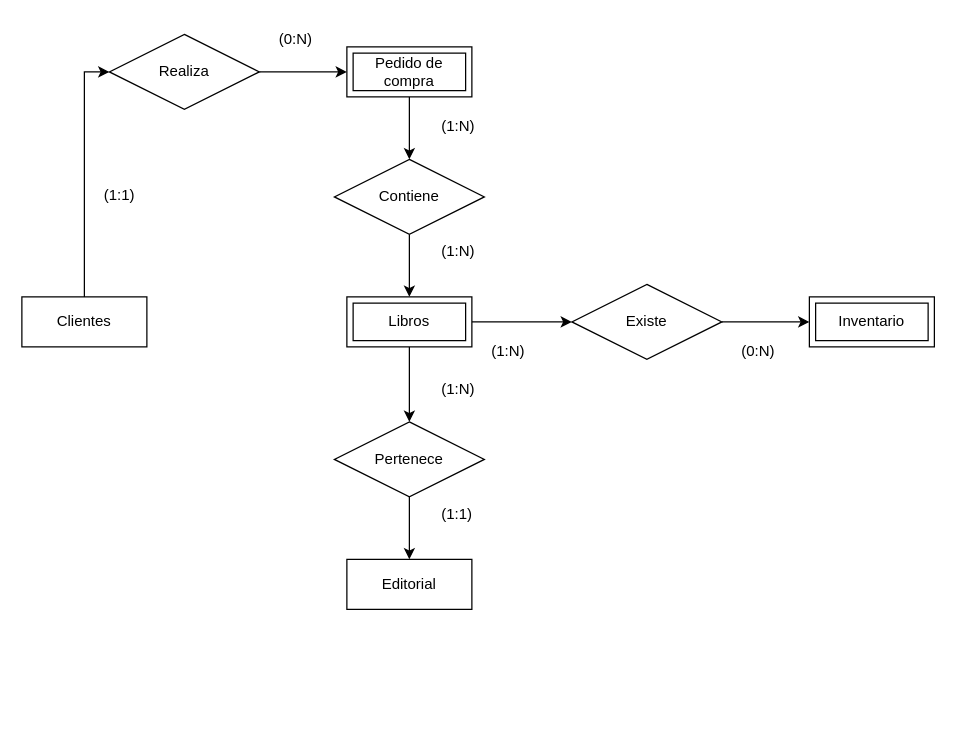
Before: modelo.drawio in LuisEnriquePH/Modelado-base-de-datos, a draw.io diagram. Source tidied: cells renumbered, new cells numbered last; positions are measured from the earlier drawing's top-left corner, leaving out a move shared by most shapes. Both pictures are drawn from the tidied source at 125%, with x=0, y=0 at pixel (21, 21).
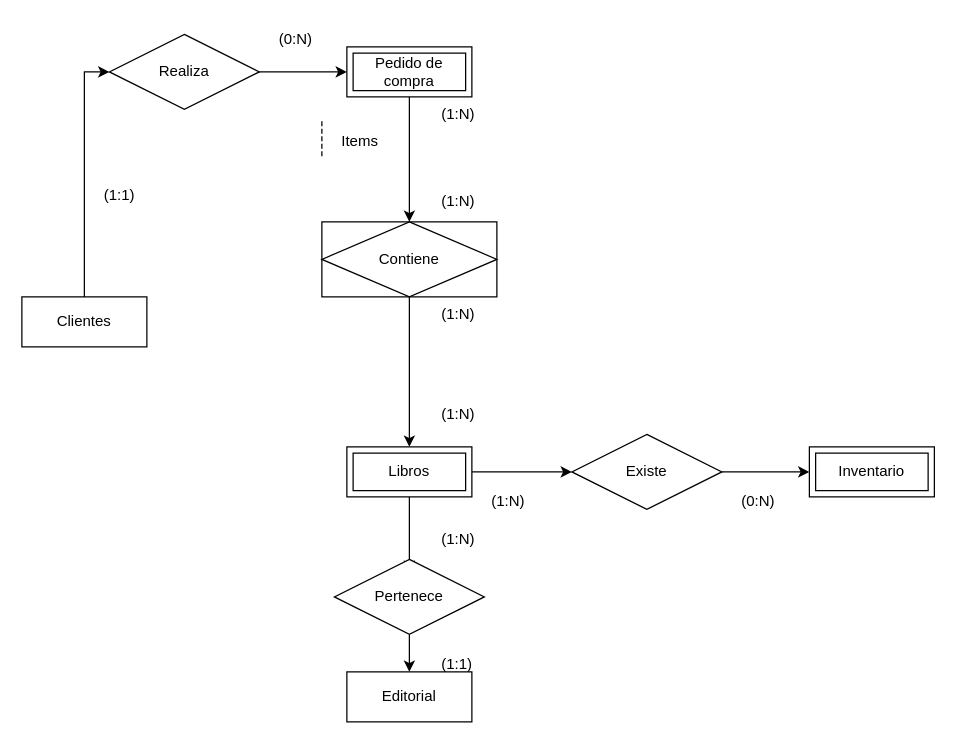
After the change.

Change to the diagram source:
```diff
@@
     <mxCell id="3" value="Editorial" style="whiteSpace=wrap;html=1;align=center;" parent="1" vertex="1">
-      <mxGeometry x="260" y="430" width="100" height="40" as="geometry" />
+      <mxGeometry x="260" y="520" width="100" height="40" as="geometry" />
     </mxCell>
     <mxCell id="4" value="Inventario" style="shape=ext;margin=3;double=1;whiteSpace=wrap;html=1;align=center;" parent="1" vertex="1">
-      <mxGeometry x="630" y="220" width="100" height="40" as="geometry" />
+      <mxGeometry x="630" y="340" width="100" height="40" as="geometry" />
     </mxCell>
-    <mxCell id="5" style="edgeStyle=orthogonalEdgeStyle;rounded=0;jettySize=auto;html=1;exitX=0.5;exitY=1;exitDx=0;exitDy=0;entryX=0.5;entryY=0;entryDx=0;entryDy=0;" parent="1" edge="1" source="7" target="20">
-      <mxGeometry relative="1" as="geometry" />
+    <mxCell id="5" style="edgeStyle=orthogonalEdgeStyle;rounded=0;jettySize=auto;html=1;exitX=0.5;exitY=1;exitDx=0;exitDy=0;entryX=0.5;entryY=0;entryDx=0;entryDy=0;" parent="1" edge="1" source="7">
+      <mxGeometry relative="1" as="geometry">
+        <mxPoint x="310" y="440" as="targetPoint" />
+      </mxGeometry>
     </mxCell>
@@
     <mxCell id="7" value="Libros" style="shape=ext;margin=3;double=1;whiteSpace=wrap;html=1;align=center;" parent="1" vertex="1">
-      <mxGeometry x="260" y="220" width="100" height="40" as="geometry" />
+      <mxGeometry x="260" y="340" width="100" height="40" as="geometry" />
     </mxCell>
@@
-    <mxCell id="16" value="Contiene" style="shape=rhombus;perimeter=rhombusPerimeter;whiteSpace=wrap;html=1;align=center;" parent="1" vertex="1">
-      <mxGeometry x="250" y="110" width="120" height="60" as="geometry" />
-    </mxCell>
     <mxCell id="17" value="(1:N)" style="text;strokeColor=none;fillColor=none;spacingLeft=4;spacingRight=4;overflow=hidden;fontSize=12;whiteSpace=wrap;html=1;" parent="1" vertex="1">
-      <mxGeometry x="330" y="70" width="40" height="30" as="geometry" />
+      <mxGeometry x="330" y="60" width="40" height="30" as="geometry" />
     </mxCell>
     <mxCell id="18" value="(1:N)" style="text;strokeColor=none;fillColor=none;spacingLeft=4;spacingRight=4;overflow=hidden;fontSize=12;whiteSpace=wrap;html=1;" parent="1" vertex="1">
-      <mxGeometry x="330" y="170" width="40" height="30" as="geometry" />
+      <mxGeometry x="330" y="220" width="40" height="30" as="geometry" />
     </mxCell>
-    <mxCell id="19" style="edgeStyle=orthogonalEdgeStyle;rounded=0;jettySize=auto;html=1;exitX=0.5;exitY=1;exitDx=0;exitDy=0;entryX=0.5;entryY=0;entryDx=0;entryDy=0;" parent="1" edge="1" source="20" target="3">
+    <mxCell id="19" style="edgeStyle=orthogonalEdgeStyle;rounded=0;jettySize=auto;html=1;entryX=0.5;entryY=0;entryDx=0;entryDy=0;exitX=0.5;exitY=1;exitDx=0;exitDy=0;" parent="1" edge="1" source="20" target="3">
       <mxGeometry relative="1" as="geometry" />
     </mxCell>
     <mxCell id="20" value="Pertenece" style="shape=rhombus;perimeter=rhombusPerimeter;whiteSpace=wrap;html=1;align=center;" parent="1" vertex="1">
-      <mxGeometry x="250" y="320" width="120" height="60" as="geometry" />
+      <mxGeometry x="250" y="430" width="120" height="60" as="geometry" />
     </mxCell>
     <mxCell id="21" value="(1:N)" style="text;strokeColor=none;fillColor=none;spacingLeft=4;spacingRight=4;overflow=hidden;fontSize=12;whiteSpace=wrap;html=1;" parent="1" vertex="1">
-      <mxGeometry x="330" y="280" width="40" height="30" as="geometry" />
+      <mxGeometry x="330" y="400" width="40" height="30" as="geometry" />
     </mxCell>
     <mxCell id="22" value="(1:1)" style="text;strokeColor=none;fillColor=none;spacingLeft=4;spacingRight=4;overflow=hidden;fontSize=12;whiteSpace=wrap;html=1;" parent="1" vertex="1">
-      <mxGeometry x="330" y="380" width="40" height="30" as="geometry" />
+      <mxGeometry x="330" y="500" width="40" height="30" as="geometry" />
     </mxCell>
@@
     <mxCell id="24" value="Existe" style="shape=rhombus;perimeter=rhombusPerimeter;whiteSpace=wrap;html=1;align=center;" parent="1" vertex="1">
-      <mxGeometry x="440" y="210" width="120" height="60" as="geometry" />
+      <mxGeometry x="440" y="330" width="120" height="60" as="geometry" />
     </mxCell>
     <mxCell id="25" value="(1:N)" style="text;strokeColor=none;fillColor=none;spacingLeft=4;spacingRight=4;overflow=hidden;fontSize=12;whiteSpace=wrap;html=1;" parent="1" vertex="1">
-      <mxGeometry x="370" y="250" width="40" height="30" as="geometry" />
+      <mxGeometry x="370" y="370" width="40" height="30" as="geometry" />
     </mxCell>
     <mxCell id="26" value="(0:N)" style="text;strokeColor=none;fillColor=none;spacingLeft=4;spacingRight=4;overflow=hidden;fontSize=12;whiteSpace=wrap;html=1;" parent="1" vertex="1">
-      <mxGeometry x="570" y="250" width="40" height="30" as="geometry" />
+      <mxGeometry x="570" y="370" width="40" height="30" as="geometry" />
     </mxCell>
+    <mxCell id="16" value="Contiene" style="shape=associativeEntity;whiteSpace=wrap;html=1;align=center;" parent="1" vertex="1">
+      <mxGeometry x="240" y="160" width="140" height="60" as="geometry" />
+    </mxCell>
+    <mxCell id="27" value="Items" style="shape=partialRectangle;fillColor=none;align=left;verticalAlign=middle;strokeColor=none;spacingLeft=34;" parent="1" vertex="1">
+      <mxGeometry x="220" y="80" width="60" height="30" as="geometry" />
+    </mxCell>
+    <mxCell id="28" style="shape=partialRectangle;top=0;left=0;bottom=0;fillColor=none;stokeWidth=1;dashed=1;align=left;verticalAlign=middle;spacingLeft=4;spacingRight=4;overflow=hidden;" parent="27" vertex="1">
+      <mxGeometry width="20" height="30" as="geometry" />
+    </mxCell>
+    <mxCell id="29" value="(1:N)" style="text;strokeColor=none;fillColor=none;spacingLeft=4;spacingRight=4;overflow=hidden;fontSize=12;whiteSpace=wrap;html=1;" parent="1" vertex="1">
+      <mxGeometry x="330" y="130" width="40" height="30" as="geometry" />
+    </mxCell>
+    <mxCell id="30" value="(1:N)" style="text;strokeColor=none;fillColor=none;spacingLeft=4;spacingRight=4;overflow=hidden;fontSize=12;whiteSpace=wrap;html=1;" parent="1" vertex="1">
+      <mxGeometry x="330" y="300" width="40" height="30" as="geometry" />
+    </mxCell>
```
